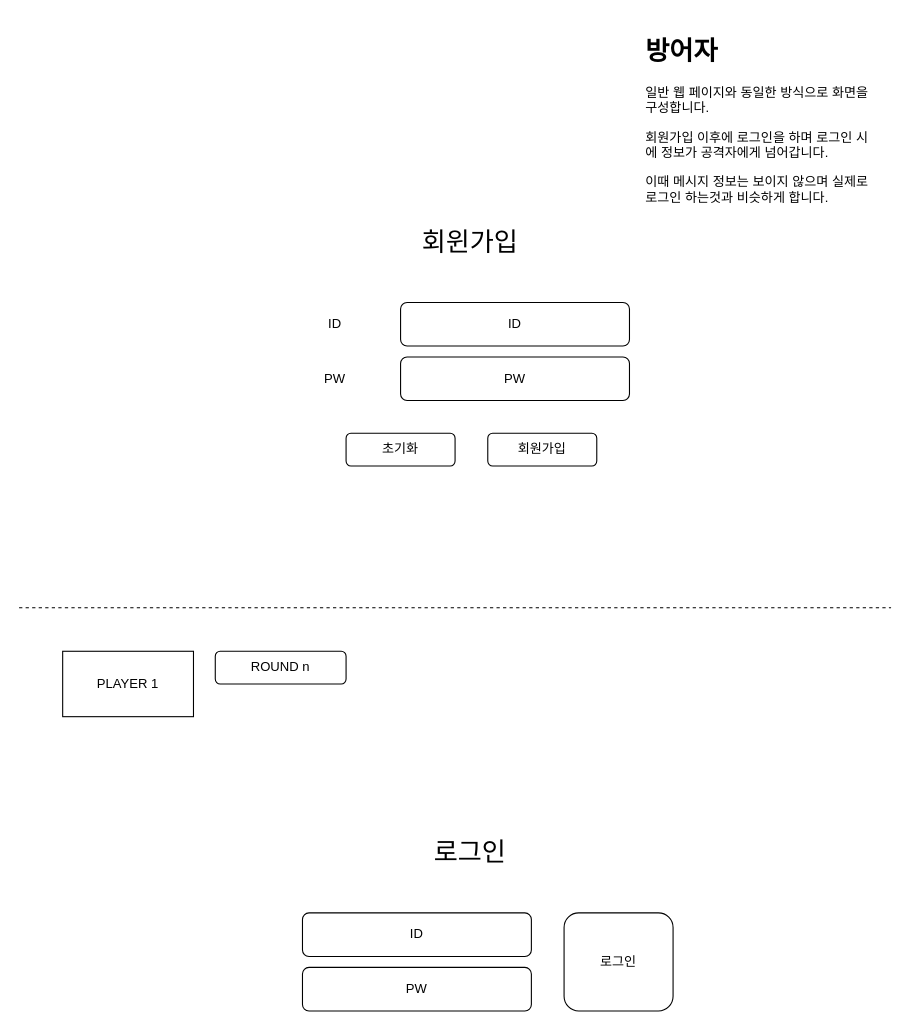
Before: page "design_defender" (2 of 5) of Untitled Diagram.drawio in yuhan-os-security/Journaling_game, a draw.io diagram. Source tidied: cells renumbered, new cells numbered last; positions are measured from the earlier drawing's top-left corner, leaving out a move shared by most shapes. Both pictures are drawn from the tidied source at 109%, with x=0, y=0 at pixel (19, 29).
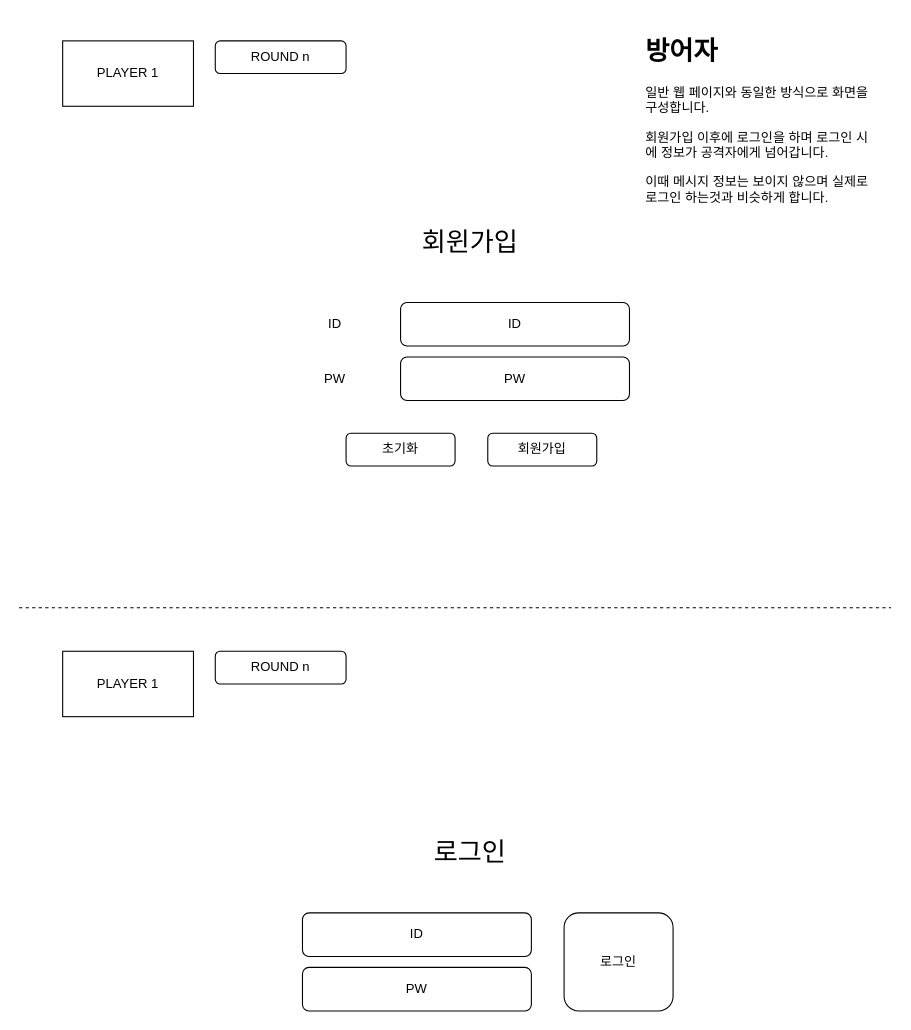
Above is the later version.

What changed in the source:
```diff
@@
 <mxGraphModel>
   <root>
     <mxCell id="0" />
     <mxCell id="1" parent="0" />
     <mxCell id="2" value="ID" style="rounded=1;whiteSpace=wrap;html=1;" parent="1" vertex="1">
       <mxGeometry x="260" y="810" width="210" height="40" as="geometry" />
     </mxCell>
     <mxCell id="3" value="PW" style="rounded=1;whiteSpace=wrap;html=1;" parent="1" vertex="1">
       <mxGeometry x="260" y="860" width="210" height="40" as="geometry" />
     </mxCell>
     <mxCell id="4" value="로그인" style="rounded=1;whiteSpace=wrap;html=1;" parent="1" vertex="1">
       <mxGeometry x="500" y="810" width="100" height="90" as="geometry" />
     </mxCell>
     <mxCell id="5" style="endArrow=none;dashed=1;html=1;rounded=0;" parent="1" edge="1">
       <mxGeometry relative="1" as="geometry">
         <mxPoint y="530" as="sourcePoint" />
         <mxPoint x="800" y="530" as="targetPoint" />
       </mxGeometry>
     </mxCell>
     <mxCell id="6" value="PLAYER 1" style="rounded=0;whiteSpace=wrap;html=1;fillColor=#FFFFFF;" parent="1" vertex="1">
       <mxGeometry x="40" y="570" width="120" height="60" as="geometry" />
     </mxCell>
     <mxCell id="7" value="ROUND n" style="rounded=1;whiteSpace=wrap;html=1;fillColor=#FFFFFF;" parent="1" vertex="1">
       <mxGeometry x="180" y="570" width="120" height="30" as="geometry" />
     </mxCell>
     <mxCell id="8" value="&lt;h1&gt;방어자&lt;/h1&gt;&lt;p&gt;일반 웹 페이지와 동일한 방식으로 화면을 구성합니다.&lt;/p&gt;&lt;p&gt;회원가입 이후에 로그인을 하며 로그인 시에 정보가 공격자에게 넘어갑니다.&lt;/p&gt;&lt;p&gt;이때 메시지 정보는 보이지 않으며 실제로 로그인 하는것과 비슷하게 합니다.&lt;/p&gt;" style="text;html=1;strokeColor=none;fillColor=none;spacing=5;spacingTop=-20;whiteSpace=wrap;overflow=hidden;rounded=0;" parent="1" vertex="1">
       <mxGeometry x="570" width="220" height="190" as="geometry" />
     </mxCell>
     <mxCell id="9" value="ID" style="rounded=1;whiteSpace=wrap;html=1;" parent="1" vertex="1">
       <mxGeometry x="350" y="250" width="210" height="40" as="geometry" />
     </mxCell>
     <mxCell id="10" value="PW" style="rounded=1;whiteSpace=wrap;html=1;" parent="1" vertex="1">
       <mxGeometry x="350" y="300" width="210" height="40" as="geometry" />
     </mxCell>
     <mxCell id="11" value="회원가입" style="rounded=1;whiteSpace=wrap;html=1;" parent="1" vertex="1">
       <mxGeometry x="430" y="370" width="100" height="30" as="geometry" />
     </mxCell>
     <mxCell id="12" value="ID" style="text;html=1;strokeColor=none;fillColor=none;align=center;verticalAlign=middle;whiteSpace=wrap;rounded=0;" parent="1" vertex="1">
       <mxGeometry x="260" y="255" width="60" height="30" as="geometry" />
     </mxCell>
     <mxCell id="13" value="PW" style="text;html=1;strokeColor=none;fillColor=none;align=center;verticalAlign=middle;whiteSpace=wrap;rounded=0;" parent="1" vertex="1">
       <mxGeometry x="260" y="305" width="60" height="30" as="geometry" />
     </mxCell>
     <mxCell id="14" value="초기화" style="rounded=1;whiteSpace=wrap;html=1;" parent="1" vertex="1">
       <mxGeometry x="300" y="370" width="100" height="30" as="geometry" />
     </mxCell>
     <mxCell id="15" value="&lt;font style=&quot;font-size: 24px&quot;&gt;회윈가입&lt;/font&gt;" style="text;html=1;strokeColor=none;fillColor=none;align=center;verticalAlign=middle;whiteSpace=wrap;rounded=0;" parent="1" vertex="1">
       <mxGeometry x="339" y="180" width="150" height="30" as="geometry" />
     </mxCell>
     <mxCell id="16" value="&lt;font style=&quot;font-size: 24px&quot;&gt;로그인&lt;/font&gt;" style="text;html=1;strokeColor=none;fillColor=none;align=center;verticalAlign=middle;whiteSpace=wrap;rounded=0;" parent="1" vertex="1">
       <mxGeometry x="339" y="740" width="150" height="30" as="geometry" />
     </mxCell>
+    <mxCell id="17" value="PLAYER 1" style="rounded=0;whiteSpace=wrap;html=1;fillColor=#FFFFFF;" parent="1" vertex="1">
+      <mxGeometry x="40" y="10" width="120" height="60" as="geometry" />
+    </mxCell>
+    <mxCell id="18" value="ROUND n" style="rounded=1;whiteSpace=wrap;html=1;fillColor=#FFFFFF;" parent="1" vertex="1">
+      <mxGeometry x="180" y="10" width="120" height="30" as="geometry" />
+    </mxCell>
   </root>
 </mxGraphModel>
```
